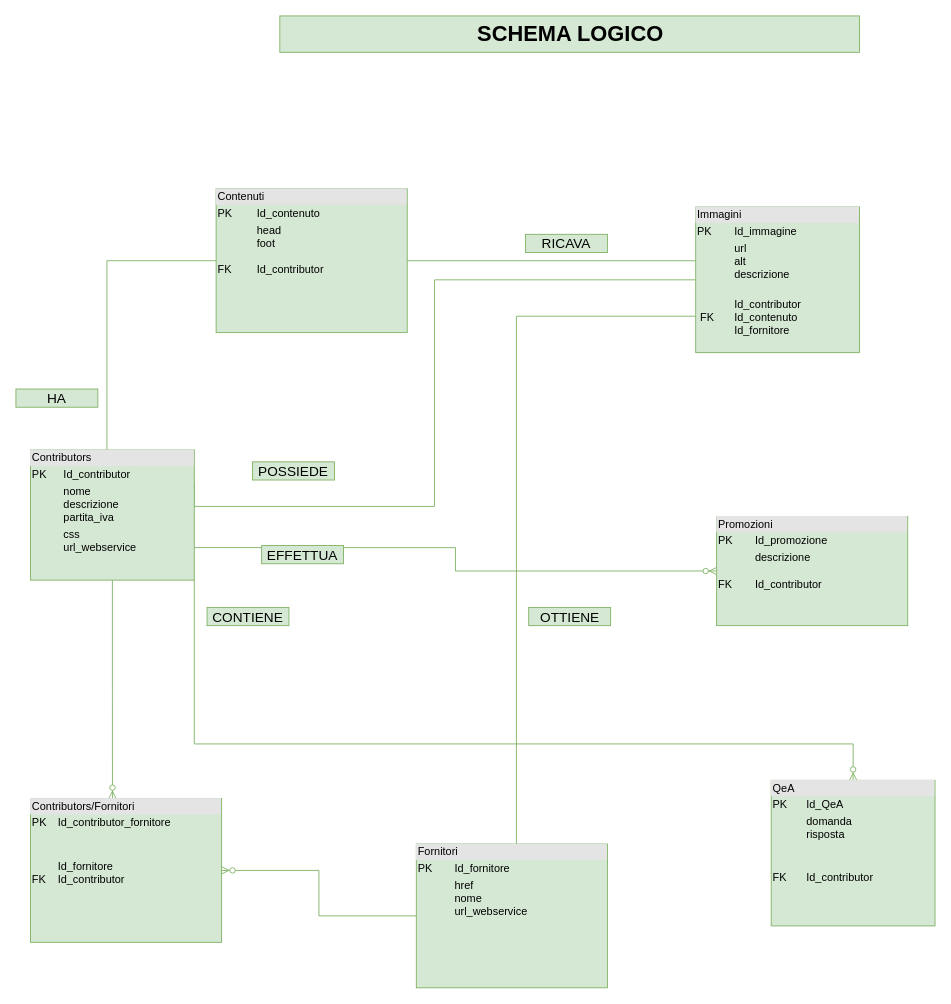
giadaventurini-pixel/giadaventurini-5binf keeps this draw.io diagram as SCHEMA LOGICO NAMASTE.drawio. Above is the earlier version. Source tidied: cells renumbered, new cells numbered last; positions are measured from the earlier drawing's top-left corner, leaving out a move shared by most shapes. Both pictures are drawn from the tidied source at 91%, with x=0, y=0 at pixel (15, 15).
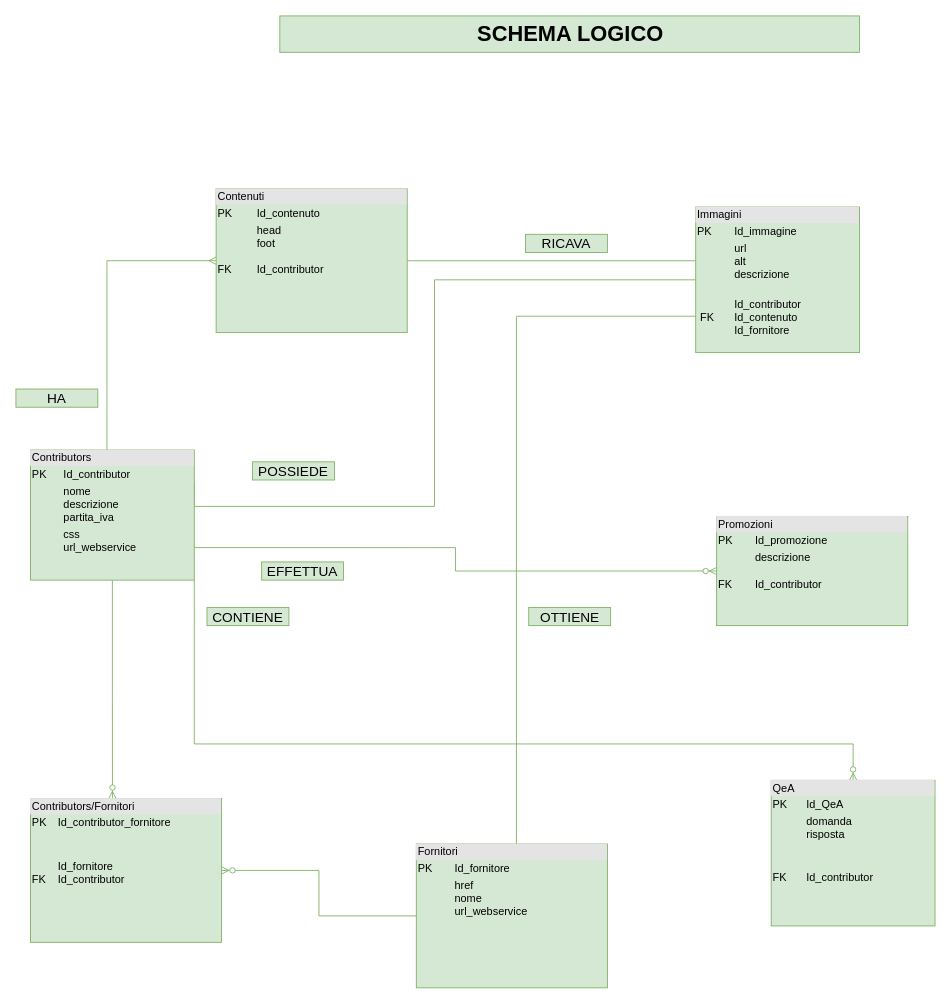
The same page after the edit.

Unchanged cells that the change refers to:
```xml
<mxCell id="3" value="&lt;div style=&quot;box-sizing: border-box ; width: 100% ; background: #e4e4e4 ; padding: 2px&quot;&gt;Contenuti&lt;/div&gt;&lt;table style=&quot;width: 100% ; font-size: 1em&quot; cellpadding=&quot;2&quot; cellspacing=&quot;0&quot;&gt;&lt;tbody&gt;&lt;tr&gt;&lt;td&gt;PK&lt;/td&gt;&lt;td&gt;Id_contenuto&lt;br&gt;&lt;/td&gt;&lt;/tr&gt;&lt;tr&gt;&lt;td&gt;&lt;br&gt;&lt;br&gt;&lt;br&gt;FK&lt;br&gt;&lt;br&gt;&lt;br&gt;&lt;br&gt;&lt;br&gt;&lt;br&gt;&lt;br&gt;&lt;br&gt;&lt;br&gt;&lt;/td&gt;&lt;td&gt;head&lt;br&gt;foot&lt;br&gt;&lt;br&gt;Id_contributor&lt;br&gt;&lt;br&gt;&lt;br&gt;&lt;br&gt;&lt;br&gt;&lt;br&gt;&lt;br&gt;&lt;br&gt;&lt;br&gt;&lt;/td&gt;&lt;/tr&gt;&lt;tr&gt;&lt;td&gt;&amp;nbsp;&lt;/td&gt;&lt;td&gt;&lt;br&gt;&lt;/td&gt;&lt;/tr&gt;&lt;/tbody&gt;&lt;/table&gt;" style="verticalAlign=top;align=left;overflow=fill;html=1;fillColor=#d5e8d4;strokeColor=#82b366;" parent="1" vertex="1">
  <mxGeometry x="220" y="190" width="210" height="158" as="geometry" />
</mxCell>
<mxCell id="7" value="&lt;div style=&quot;box-sizing: border-box ; width: 100% ; background: #e4e4e4 ; padding: 2px&quot;&gt;Contributors&lt;/div&gt;&lt;table style=&quot;width: 100% ; font-size: 1em&quot; cellpadding=&quot;2&quot; cellspacing=&quot;0&quot;&gt;&lt;tbody&gt;&lt;tr&gt;&lt;td&gt;PK&lt;/td&gt;&lt;td&gt;Id_contributor&lt;br&gt;&lt;/td&gt;&lt;/tr&gt;&lt;tr&gt;&lt;td&gt;&lt;br&gt;&lt;br&gt;&lt;br&gt;&lt;/td&gt;&lt;td&gt;nome&lt;br&gt;descrizione&lt;br&gt;partita_iva&lt;/td&gt;&lt;/tr&gt;&lt;tr&gt;&lt;td&gt;&amp;nbsp;&lt;/td&gt;&lt;td&gt;css&lt;br&gt;url_webservice&lt;br&gt;&lt;br&gt;&lt;br&gt;&lt;br&gt;&lt;br&gt;&lt;br&gt;&lt;br&gt;&lt;/td&gt;&lt;/tr&gt;&lt;/tbody&gt;&lt;/table&gt;" style="verticalAlign=top;align=left;overflow=fill;html=1;fillColor=#d5e8d4;strokeColor=#82b366;" parent="1" vertex="1">
  <mxGeometry x="16" y="477" width="180" height="143" as="geometry" />
</mxCell>
```

The edit, as a diff of the source:
```diff
@@
-    <mxCell id="4" style="edgeStyle=orthogonalEdgeStyle;rounded=0;jettySize=auto;html=1;entryX=0;entryY=0.5;entryDx=0;entryDy=0;endArrow=none;endFill=0;fillColor=#d5e8d4;strokeColor=#82b366;" parent="1" edge="1" source="7" target="3">
+    <mxCell id="4" style="edgeStyle=orthogonalEdgeStyle;rounded=0;jettySize=auto;html=1;entryX=0;entryY=0.5;entryDx=0;entryDy=0;endArrow=ERmany;endFill=0;fillColor=#d5e8d4;strokeColor=#82b366;" parent="1" edge="1" source="7" target="3">
       <mxGeometry relative="1" as="geometry">
         <Array as="points">
           <mxPoint x="100" y="269" />
         </Array>
       </mxGeometry>
     </mxCell>
@@
     <mxCell id="17" value="&lt;span style=&quot;font-size: 15px&quot;&gt;EFFETTUA&lt;/span&gt;" style="text;html=1;align=center;verticalAlign=middle;whiteSpace=wrap;rounded=0;fillColor=#d5e8d4;strokeColor=#82b366;" parent="1" vertex="1">
-      <mxGeometry x="270" y="582" width="90" height="20" as="geometry" />
+      <mxGeometry x="270" y="600" width="90" height="20" as="geometry" />
     </mxCell>
```
